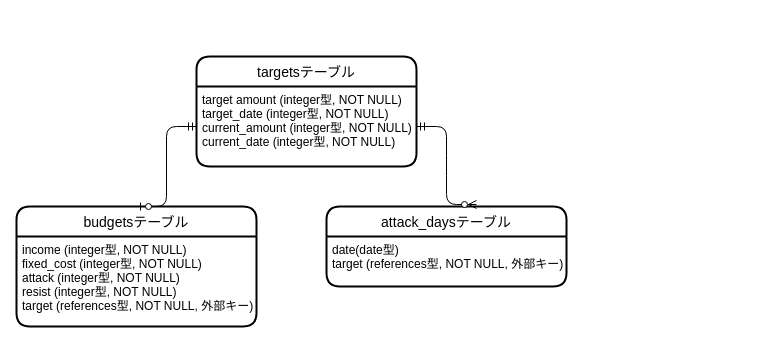
Before: ER.dio in kanieksuke/mammon-quest, a draw.io diagram. Source tidied: cells renumbered, new cells numbered last; positions are measured from the earlier drawing's top-left corner, leaving out a move shared by most shapes. Both pictures are drawn from the tidied source at 100%, with x=0, y=0 at pixel (16, 56).
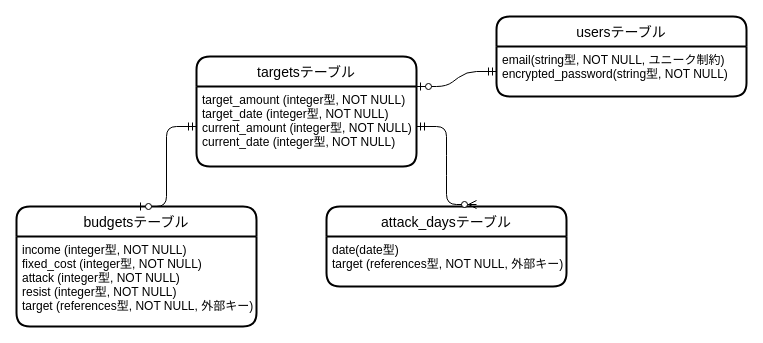
After the change.

Commit message (it also covers changes not shown here):
ER図、繊維図、READMEを修正

What changed in the source:
```diff
@@
 <mxGraphModel>
   <root>
     <mxCell id="0" />
     <mxCell id="1" parent="0" />
     <mxCell id="2" value="targetsテーブル" style="swimlane;horizontal=1;startSize=30;rounded=1;fontSize=14;fontStyle=0;strokeWidth=2;shadow=0;dashed=0;align=center;" parent="1" vertex="1">
       <mxGeometry x="180" width="220" height="110" as="geometry" />
     </mxCell>
-    <mxCell id="3" value="target amount (integer型, NOT NULL)&#10;target_date (integer型, NOT NULL)&#10;current_amount (integer型, NOT NULL)&#10;current_date (integer型, NOT NULL)" style="align=left;strokeColor=none;fillColor=none;spacingLeft=4;fontSize=12;verticalAlign=top;" parent="2" vertex="1">
+    <mxCell id="3" value="target_amount (integer型, NOT NULL)&#10;target_date (integer型, NOT NULL)&#10;current_amount (integer型, NOT NULL)&#10;current_date (integer型, NOT NULL)" style="align=left;strokeColor=none;fillColor=none;spacingLeft=4;fontSize=12;verticalAlign=top;" parent="2" vertex="1">
       <mxGeometry y="30" width="220" height="80" as="geometry" />
     </mxCell>
     <mxCell id="4" value="budgetsテーブル" style="swimlane;horizontal=1;startSize=30;rounded=1;fontSize=14;fontStyle=0;strokeWidth=2;shadow=0;dashed=0;align=center;" parent="1" vertex="1">
       <mxGeometry y="150" width="240" height="120" as="geometry" />
     </mxCell>
     <mxCell id="5" value="income (integer型, NOT NULL)&#10;fixed_cost (integer型, NOT NULL)&#10;attack (integer型, NOT NULL)&#10;resist (integer型, NOT NULL)&#10;target (references型, NOT NULL, 外部キー)" style="align=left;strokeColor=none;fillColor=none;spacingLeft=4;fontSize=12;verticalAlign=top;" parent="4" vertex="1">
       <mxGeometry y="30" width="240" height="90" as="geometry" />
     </mxCell>
     <mxCell id="6" value="attack_daysテーブル" style="swimlane;horizontal=1;startSize=30;rounded=1;fontSize=14;fontStyle=0;strokeWidth=2;shadow=0;dashed=0;align=center;" parent="1" vertex="1">
       <mxGeometry x="310" y="150" width="240" height="80" as="geometry" />
     </mxCell>
     <mxCell id="7" value="date(date型)&#10;target (references型, NOT NULL, 外部キー)" style="align=left;strokeColor=none;fillColor=none;spacingLeft=4;fontSize=12;verticalAlign=top;" parent="6" vertex="1">
       <mxGeometry y="30" width="240" height="50" as="geometry" />
     </mxCell>
     <mxCell id="8" style="edgeStyle=entityRelationEdgeStyle;fontSize=12;html=1;endArrow=ERzeroToOne;startArrow=ERmandOne;exitX=0;exitY=0.5;exitDx=0;exitDy=0;entryX=0.5;entryY=0;entryDx=0;entryDy=0;" parent="1" edge="1" source="3" target="4">
       <mxGeometry relative="1" as="geometry" />
     </mxCell>
     <mxCell id="9" style="edgeStyle=entityRelationEdgeStyle;fontSize=12;html=1;endArrow=ERzeroToMany;startArrow=ERmandOne;exitX=1;exitY=0.5;exitDx=0;exitDy=0;" parent="1" edge="1" source="3">
       <mxGeometry relative="1" as="geometry">
         <mxPoint x="460" y="148" as="targetPoint" />
       </mxGeometry>
     </mxCell>
+    <mxCell id="10" value="usersテーブル" style="swimlane;horizontal=1;startSize=30;rounded=1;fontSize=14;fontStyle=0;strokeWidth=2;shadow=0;dashed=0;align=center;" parent="1" vertex="1">
+      <mxGeometry x="480" y="-40" width="250" height="80" as="geometry" />
+    </mxCell>
+    <mxCell id="11" value="email(string型, NOT NULL, ユニーク制約)&#10;encrypted_password(string型, NOT NULL)" style="align=left;strokeColor=none;fillColor=none;spacingLeft=4;fontSize=12;verticalAlign=top;" parent="10" vertex="1">
+      <mxGeometry y="30" width="250" height="50" as="geometry" />
+    </mxCell>
+    <mxCell id="12" style="edgeStyle=entityRelationEdgeStyle;fontSize=12;html=1;endArrow=ERzeroToOne;startArrow=ERmandOne;entryX=1;entryY=0;entryDx=0;entryDy=0;" parent="1" edge="1" source="11" target="3">
+      <mxGeometry relative="1" as="geometry" />
+    </mxCell>
   </root>
 </mxGraphModel>
```
